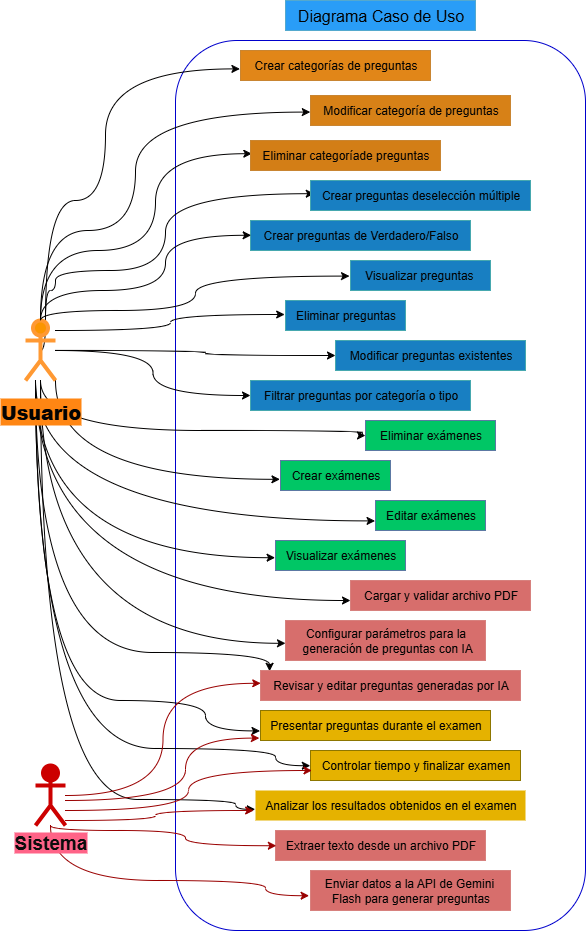
Bellic12/2025-1_IngeSoft1 keeps this draw.io diagram as Documentación/Diagramas/diagrama_casos_de_uso.png. Above is the earlier version. Source tidied: cells renumbered, new cells last; positions are measured from the earlier drawing's top-left corner, leaving out a move shared by most shapes.
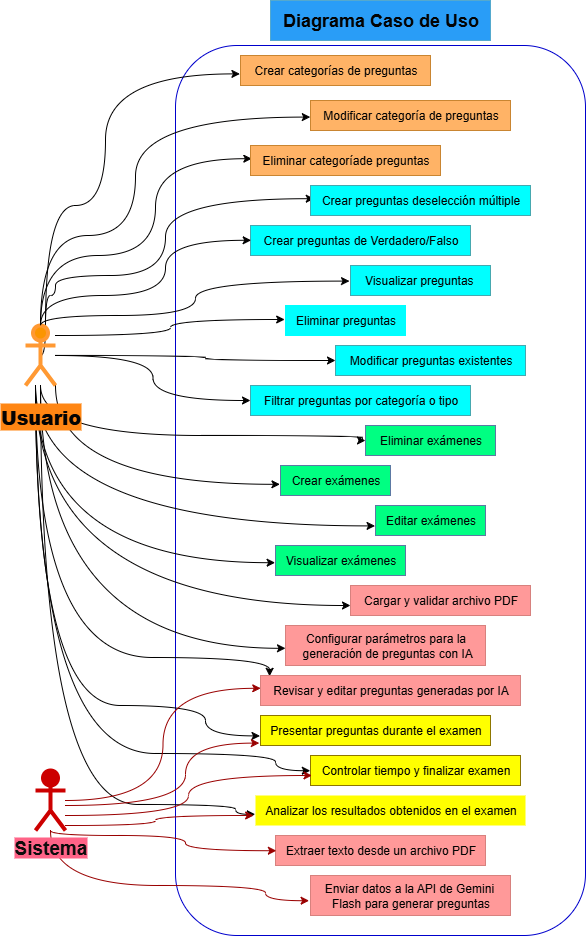
The same file after the commit.

Commit message:
Modificación final Diagrama casos de uso

What changed in the source:
```diff
@@ -147,70 +147,70 @@
     <mxCell id="21" value="&lt;font style=&quot;font-size: 19px; color: light-dark(rgb(0, 0, 0), rgb(13, 12, 12));&quot;&gt;&lt;b style=&quot;background-color: light-dark(rgb(255, 255, 255), rgb(255, 99, 135));&quot;&gt;Sistema&lt;/b&gt;&lt;/font&gt;" style="shape=umlActor;verticalLabelPosition=bottom;verticalAlign=top;html=1;outlineConnect=0;strokeWidth=4;fillColor=light-dark(#CC0000,#CC0000);gradientColor=none;strokeColor=light-dark(#996185,#CC0000);" parent="1" vertex="1">
       <mxGeometry x="10" y="765" width="30" height="60" as="geometry" />
     </mxCell>
-    <mxCell id="22" value="&lt;font style=&quot;font-size: 16px; color: light-dark(rgb(0, 0, 0), rgb(3, 3, 3));&quot;&gt;Diagrama Caso de Uso&lt;/font&gt;" style="text;html=1;align=center;verticalAlign=middle;strokeColor=#10739e;fillColor=light-dark(#B1DDF0,#299DF7);" parent="1" vertex="1">
-      <mxGeometry x="260" width="190" height="30" as="geometry" />
+    <mxCell id="22" value="&lt;font style=&quot;color: light-dark(rgb(0, 0, 0), rgb(3, 3, 3)); font-size: 18px;&quot;&gt;&lt;b style=&quot;&quot;&gt;Diagrama Caso de Uso&lt;/b&gt;&lt;/font&gt;" style="text;html=1;align=center;verticalAlign=middle;strokeColor=#10739e;fillColor=light-dark(#B1DDF0,#299DF7);" parent="1" vertex="1">
+      <mxGeometry x="245" y="-5" width="220" height="40" as="geometry" />
     </mxCell>
-    <mxCell id="23" value="&lt;font style=&quot;color: light-dark(rgb(0, 0, 0), rgb(3, 3, 3));&quot;&gt;Crear categorías&amp;nbsp;&lt;span style=&quot;background-color: transparent;&quot;&gt;de preguntas&lt;/span&gt;&lt;/font&gt;" style="text;html=1;align=center;verticalAlign=middle;points=[];strokeColor=#b46504;fillColor=light-dark(#FAD7AC,#E18618);" parent="1" vertex="1">
+    <mxCell id="23" value="&lt;font style=&quot;color: light-dark(rgb(0, 0, 0), rgb(3, 3, 3));&quot;&gt;Crear categorías&amp;nbsp;&lt;span style=&quot;background-color: transparent;&quot;&gt;de preguntas&lt;/span&gt;&lt;/font&gt;" style="text;html=1;align=center;verticalAlign=middle;points=[];strokeColor=#b46504;fillColor=light-dark(#FAD7AC,#FFB366);" parent="1" vertex="1">
       <mxGeometry x="215" y="50" width="190" height="30" as="geometry" />
     </mxCell>
-    <mxCell id="24" value="&lt;font style=&quot;color: light-dark(rgb(0, 0, 0), rgb(3, 3, 3));&quot;&gt;Modificar categoría&amp;nbsp;&lt;span style=&quot;background-color: transparent;&quot;&gt;de preguntas&lt;/span&gt;&lt;/font&gt;" style="text;html=1;align=center;verticalAlign=middle;points=[];fillColor=light-dark(#FAD7AC,#D78117);strokeColor=#b46504;" parent="1" vertex="1">
+    <mxCell id="24" value="&lt;font style=&quot;color: light-dark(rgb(0, 0, 0), rgb(3, 3, 3));&quot;&gt;Modificar categoría&amp;nbsp;&lt;span style=&quot;background-color: transparent;&quot;&gt;de preguntas&lt;/span&gt;&lt;/font&gt;" style="text;html=1;align=center;verticalAlign=middle;points=[];fillColor=light-dark(#FAD7AC,#FFB366);strokeColor=#b46504;" parent="1" vertex="1">
       <mxGeometry x="285" y="95" width="200" height="30" as="geometry" />
     </mxCell>
-    <mxCell id="25" value="&lt;font style=&quot;color: light-dark(rgb(0, 0, 0), rgb(3, 3, 3));&quot;&gt;Eliminar categoría&lt;span style=&quot;background-color: transparent;&quot;&gt;de preguntas&lt;/span&gt;&lt;/font&gt;" style="text;html=1;align=center;verticalAlign=middle;points=[];strokeColor=#b46504;fillColor=light-dark(#FAD7AC,#D37E16);" parent="1" vertex="1">
+    <mxCell id="25" value="&lt;font style=&quot;color: light-dark(rgb(0, 0, 0), rgb(3, 3, 3));&quot;&gt;Eliminar categoría&lt;span style=&quot;background-color: transparent;&quot;&gt;de preguntas&lt;/span&gt;&lt;/font&gt;" style="text;html=1;align=center;verticalAlign=middle;points=[];strokeColor=#b46504;fillColor=light-dark(#FAD7AC,#FFB366);" parent="1" vertex="1">
       <mxGeometry x="225" y="140" width="190" height="30" as="geometry" />
     </mxCell>
-    <mxCell id="26" value="&lt;font style=&quot;color: light-dark(rgb(0, 0, 0), rgb(3, 3, 3));&quot;&gt;Crear preguntas de&lt;span style=&quot;background-color: transparent;&quot;&gt;selección múltiple&lt;/span&gt;&lt;/font&gt;" style="text;html=1;align=center;verticalAlign=middle;points=[];strokeColor=#0e8088;fillColor=light-dark(#B0E3E6,#187FC2);" parent="1" vertex="1">
+    <mxCell id="26" value="&lt;font style=&quot;color: light-dark(rgb(0, 0, 0), rgb(3, 3, 3));&quot;&gt;Crear preguntas de&lt;span style=&quot;background-color: transparent;&quot;&gt;selección múltiple&lt;/span&gt;&lt;/font&gt;" style="text;html=1;align=center;verticalAlign=middle;points=[];strokeColor=#0e8088;fillColor=light-dark(#B0E3E6,#00FFFF);" parent="1" vertex="1">
       <mxGeometry x="285" y="180" width="220" height="30" as="geometry" />
     </mxCell>
-    <mxCell id="27" value="&lt;font style=&quot;color: light-dark(rgb(0, 0, 0), rgb(3, 3, 3));&quot;&gt;Eliminar &lt;span style=&quot;background-color: transparent;&quot;&gt;preguntas&lt;/span&gt;&lt;/font&gt;" style="text;html=1;align=center;verticalAlign=middle;points=[];strokeColor=#0e8088;fillColor=light-dark(#B0E3E6,#187FC2);" parent="1" vertex="1">
+    <mxCell id="27" value="&lt;font style=&quot;color: light-dark(rgb(0, 0, 0), rgb(3, 3, 3));&quot;&gt;Eliminar &lt;span style=&quot;background-color: transparent;&quot;&gt;preguntas&lt;/span&gt;&lt;/font&gt;" style="text;html=1;align=center;verticalAlign=middle;points=[];strokeColor=light-dark(#0E8088,#00FFFF);fillColor=light-dark(#B0E3E6,#00FFFF);" parent="1" vertex="1">
       <mxGeometry x="260" y="300" width="120" height="30" as="geometry" />
     </mxCell>
-    <mxCell id="28" value="&lt;font style=&quot;color: light-dark(rgb(0, 0, 0), rgb(3, 3, 3));&quot;&gt;Cargar y validar archivo PDF&lt;/font&gt;" style="text;html=1;align=center;verticalAlign=middle;points=[];strokeColor=#b85450;fillColor=light-dark(#F8CECC,#D76E6C);gradientColor=none;" parent="1" vertex="1">
+    <mxCell id="28" value="&lt;font style=&quot;color: light-dark(rgb(0, 0, 0), rgb(3, 3, 3));&quot;&gt;Cargar y validar archivo PDF&lt;/font&gt;" style="text;html=1;align=center;verticalAlign=middle;points=[];strokeColor=#b85450;fillColor=light-dark(#F8CECC,#FF9999);gradientColor=none;" parent="1" vertex="1">
       <mxGeometry x="325" y="580" width="180" height="30" as="geometry" />
     </mxCell>
-    <mxCell id="29" value="&lt;font style=&quot;color: light-dark(rgb(0, 0, 0), rgb(3, 3, 3));&quot;&gt;Editar exámenes&lt;/font&gt;" style="text;html=1;align=center;verticalAlign=middle;points=[];strokeColor=#6c8ebf;fillColor=light-dark(#DAE8FC,#00C665);gradientColor=none;" parent="1" vertex="1">
+    <mxCell id="29" value="&lt;font style=&quot;color: light-dark(rgb(0, 0, 0), rgb(3, 3, 3));&quot;&gt;Editar exámenes&lt;/font&gt;" style="text;html=1;align=center;verticalAlign=middle;points=[];strokeColor=#6c8ebf;fillColor=light-dark(#DAE8FC,#00FF82);gradientColor=none;" parent="1" vertex="1">
       <mxGeometry x="350" y="500" width="110" height="30" as="geometry" />
     </mxCell>
-    <mxCell id="30" value="&lt;font style=&quot;color: light-dark(rgb(0, 0, 0), rgb(3, 3, 3));&quot;&gt;Crear exámenes&lt;/font&gt;" style="text;html=1;align=center;verticalAlign=middle;points=[];strokeColor=#6c8ebf;fillColor=light-dark(#DAE8FC,#00C665);gradientColor=none;" parent="1" vertex="1">
+    <mxCell id="30" value="&lt;font style=&quot;color: light-dark(rgb(0, 0, 0), rgb(3, 3, 3));&quot;&gt;Crear exámenes&lt;/font&gt;" style="text;html=1;align=center;verticalAlign=middle;points=[];strokeColor=#6c8ebf;fillColor=light-dark(#DAE8FC,#00FF82);gradientColor=none;" parent="1" vertex="1">
       <mxGeometry x="255" y="460" width="110" height="30" as="geometry" />
     </mxCell>
-    <mxCell id="31" value="&lt;font style=&quot;color: light-dark(rgb(0, 0, 0), rgb(3, 3, 3));&quot;&gt;Extraer texto desde un archivo PDF&lt;/font&gt;" style="text;html=1;align=center;verticalAlign=middle;points=[];strokeColor=#b85450;fillColor=light-dark(#F8CECC,#D76E6C);gradientColor=none;" parent="1" vertex="1">
+    <mxCell id="31" value="&lt;font style=&quot;color: light-dark(rgb(0, 0, 0), rgb(3, 3, 3));&quot;&gt;Extraer texto desde un archivo PDF&lt;/font&gt;" style="text;html=1;align=center;verticalAlign=middle;points=[];strokeColor=#b85450;fillColor=light-dark(#F8CECC,#FF9999);gradientColor=none;" parent="1" vertex="1">
       <mxGeometry x="250" y="830" width="210" height="30" as="geometry" />
     </mxCell>
-    <mxCell id="32" value="&lt;font style=&quot;color: light-dark(rgb(0, 0, 0), rgb(3, 3, 3));&quot;&gt;Modificar preguntas existentes&lt;/font&gt;" style="text;html=1;align=center;verticalAlign=middle;points=[];strokeColor=#0e8088;fillColor=light-dark(#B0E3E6,#187FC2);" parent="1" vertex="1">
+    <mxCell id="32" value="&lt;font style=&quot;color: light-dark(rgb(0, 0, 0), rgb(3, 3, 3));&quot;&gt;Modificar preguntas existentes&lt;/font&gt;" style="text;html=1;align=center;verticalAlign=middle;points=[];strokeColor=#0e8088;fillColor=light-dark(#B0E3E6,#00FFFF);" parent="1" vertex="1">
       <mxGeometry x="310" y="340" width="190" height="30" as="geometry" />
     </mxCell>
-    <mxCell id="33" value="&lt;font style=&quot;color: light-dark(rgb(0, 0, 0), rgb(3, 3, 3));&quot;&gt;Filtrar preguntas por categoría o tipo&lt;/font&gt;" style="text;html=1;align=center;verticalAlign=middle;points=[];strokeColor=#0e8088;fillColor=light-dark(#B0E3E6,#187FC2);" parent="1" vertex="1">
+    <mxCell id="33" value="&lt;font style=&quot;color: light-dark(rgb(0, 0, 0), rgb(3, 3, 3));&quot;&gt;Filtrar preguntas por categoría o tipo&lt;/font&gt;" style="text;html=1;align=center;verticalAlign=middle;points=[];strokeColor=#0e8088;fillColor=light-dark(#B0E3E6,#00FFFF);" parent="1" vertex="1">
       <mxGeometry x="225" y="380" width="220" height="30" as="geometry" />
     </mxCell>
-    <mxCell id="34" value="&lt;font style=&quot;color: light-dark(rgb(0, 0, 0), rgb(3, 3, 3));&quot;&gt;Configurar parámetros para la&lt;/font&gt;&lt;div&gt;&lt;font style=&quot;color: light-dark(rgb(0, 0, 0), rgb(3, 3, 3));&quot;&gt;&amp;nbsp;generación&amp;nbsp;&lt;span style=&quot;background-color: transparent;&quot;&gt;de preguntas con IA&lt;/span&gt;&lt;/font&gt;&lt;/div&gt;" style="text;html=1;align=center;verticalAlign=middle;points=[];strokeColor=#b85450;fillColor=light-dark(#F8CECC,#D76E6C);gradientColor=none;" parent="1" vertex="1">
+    <mxCell id="34" value="&lt;font style=&quot;color: light-dark(rgb(0, 0, 0), rgb(3, 3, 3));&quot;&gt;Configurar parámetros para la&lt;/font&gt;&lt;div&gt;&lt;font style=&quot;color: light-dark(rgb(0, 0, 0), rgb(3, 3, 3));&quot;&gt;&amp;nbsp;generación&amp;nbsp;&lt;span style=&quot;background-color: transparent;&quot;&gt;de preguntas con IA&lt;/span&gt;&lt;/font&gt;&lt;/div&gt;" style="text;html=1;align=center;verticalAlign=middle;points=[];strokeColor=#b85450;fillColor=light-dark(#F8CECC,#FF9999);gradientColor=none;" parent="1" vertex="1">
       <mxGeometry x="260" y="620" width="200" height="40" as="geometry" />
     </mxCell>
-    <mxCell id="35" value="&lt;font style=&quot;color: light-dark(rgb(0, 0, 0), rgb(3, 3, 3));&quot;&gt;Revisar y editar preguntas&amp;nbsp;&lt;span style=&quot;background-color: transparent;&quot;&gt;generadas por IA&lt;/span&gt;&lt;/font&gt;" style="text;html=1;align=center;verticalAlign=middle;points=[];strokeColor=#b85450;fillColor=light-dark(#F8CECC,#D76E6C);gradientColor=none;" parent="1" vertex="1">
+    <mxCell id="35" value="&lt;font style=&quot;color: light-dark(rgb(0, 0, 0), rgb(3, 3, 3));&quot;&gt;Revisar y editar preguntas&amp;nbsp;&lt;span style=&quot;background-color: transparent;&quot;&gt;generadas por IA&lt;/span&gt;&lt;/font&gt;" style="text;html=1;align=center;verticalAlign=middle;points=[];strokeColor=#b85450;fillColor=light-dark(#F8CECC,#FF9999);gradientColor=none;" parent="1" vertex="1">
       <mxGeometry x="235" y="670" width="260" height="30" as="geometry" />
     </mxCell>
-    <mxCell id="36" value="&lt;font style=&quot;color: light-dark(rgb(0, 0, 0), rgb(3, 3, 3));&quot;&gt;Enviar datos a la API de Gemini&amp;nbsp;&lt;/font&gt;&lt;div&gt;&lt;font style=&quot;color: light-dark(rgb(0, 0, 0), rgb(3, 3, 3));&quot;&gt;Flash para generar preguntas&lt;/font&gt;&lt;/div&gt;" style="text;html=1;align=center;verticalAlign=middle;points=[];strokeColor=#b85450;fillColor=light-dark(#F8CECC,#D76E6C);gradientColor=none;" parent="1" vertex="1">
+    <mxCell id="36" value="&lt;font style=&quot;color: light-dark(rgb(0, 0, 0), rgb(3, 3, 3));&quot;&gt;Enviar datos a la API de Gemini&amp;nbsp;&lt;/font&gt;&lt;div&gt;&lt;font style=&quot;color: light-dark(rgb(0, 0, 0), rgb(3, 3, 3));&quot;&gt;Flash para generar preguntas&lt;/font&gt;&lt;/div&gt;" style="text;html=1;align=center;verticalAlign=middle;points=[];strokeColor=#b85450;fillColor=light-dark(#F8CECC,#FF9999);gradientColor=none;" parent="1" vertex="1">
       <mxGeometry x="285" y="870" width="200" height="40" as="geometry" />
     </mxCell>
-    <mxCell id="37" value="&lt;font style=&quot;color: light-dark(rgb(0, 0, 0), rgb(3, 3, 3));&quot;&gt;Crear preguntas de&amp;nbsp;&lt;span style=&quot;background-color: transparent;&quot;&gt;Verdadero/Falso&lt;/span&gt;&lt;/font&gt;" style="text;html=1;align=center;verticalAlign=middle;points=[];strokeColor=#0e8088;fillColor=light-dark(#B0E3E6,#187FC2);" parent="1" vertex="1">
+    <mxCell id="37" value="&lt;font style=&quot;color: light-dark(rgb(0, 0, 0), rgb(3, 3, 3));&quot;&gt;Crear preguntas de&amp;nbsp;&lt;span style=&quot;background-color: transparent;&quot;&gt;Verdadero/Falso&lt;/span&gt;&lt;/font&gt;" style="text;html=1;align=center;verticalAlign=middle;points=[];strokeColor=#0e8088;fillColor=light-dark(#B0E3E6,#00FFFF);" parent="1" vertex="1">
       <mxGeometry x="225" y="220" width="220" height="30" as="geometry" />
     </mxCell>
-    <mxCell id="38" value="&lt;font style=&quot;color: light-dark(rgb(0, 0, 0), rgb(3, 3, 3));&quot;&gt;Eliminar exámenes&lt;/font&gt;" style="text;html=1;align=center;verticalAlign=middle;points=[];strokeColor=#6c8ebf;fillColor=light-dark(#DAE8FC,#00C665);gradientColor=none;" parent="1" vertex="1">
+    <mxCell id="38" value="&lt;font style=&quot;color: light-dark(rgb(0, 0, 0), rgb(3, 3, 3));&quot;&gt;Eliminar exámenes&lt;/font&gt;" style="text;html=1;align=center;verticalAlign=middle;points=[];strokeColor=#6c8ebf;fillColor=light-dark(#DAE8FC,#00FF82);gradientColor=none;" parent="1" vertex="1">
       <mxGeometry x="340" y="420" width="130" height="30" as="geometry" />
     </mxCell>
-    <mxCell id="39" value="&lt;font style=&quot;color: light-dark(rgb(0, 0, 0), rgb(3, 3, 3));&quot;&gt;Presentar preguntas durante el examen&lt;/font&gt;" style="text;html=1;align=center;verticalAlign=middle;points=[];strokeColor=#B09500;fillColor=light-dark(#E3C800,#E5B200);fontColor=#000000;" parent="1" vertex="1">
+    <mxCell id="39" value="&lt;font style=&quot;color: light-dark(rgb(0, 0, 0), rgb(3, 3, 3));&quot;&gt;Presentar preguntas durante el examen&lt;/font&gt;" style="text;html=1;align=center;verticalAlign=middle;points=[];strokeColor=#B09500;fillColor=light-dark(#E3C800,#FFFF00);fontColor=#000000;" parent="1" vertex="1">
       <mxGeometry x="235" y="710" width="230" height="30" as="geometry" />
     </mxCell>
-    <mxCell id="40" value="&lt;font style=&quot;color: light-dark(rgb(0, 0, 0), rgb(3, 3, 3));&quot;&gt;Controlar tiempo y finalizar examen&lt;/font&gt;" style="text;html=1;align=center;verticalAlign=middle;points=[];strokeColor=#B09500;fillColor=light-dark(#E3C800,#E5B200);fontColor=#000000;" parent="1" vertex="1">
+    <mxCell id="40" value="&lt;font style=&quot;color: light-dark(rgb(0, 0, 0), rgb(3, 3, 3));&quot;&gt;Controlar tiempo y finalizar examen&lt;/font&gt;" style="text;html=1;align=center;verticalAlign=middle;points=[];strokeColor=#B09500;fillColor=light-dark(#E3C800,#FFFF00);fontColor=#000000;" parent="1" vertex="1">
       <mxGeometry x="285" y="750" width="210" height="30" as="geometry" />
     </mxCell>
-    <mxCell id="41" value="&lt;font style=&quot;color: light-dark(rgb(0, 0, 0), rgb(3, 3, 3));&quot;&gt;Analizar los resultados obtenidos en el examen&lt;/font&gt;" style="text;html=1;align=center;verticalAlign=middle;points=[];strokeColor=none;fillColor=light-dark(#E3C800,#E5B200);fontColor=#000000;" parent="1" vertex="1">
+    <mxCell id="41" value="&lt;font style=&quot;color: light-dark(rgb(0, 0, 0), rgb(3, 3, 3));&quot;&gt;Analizar los resultados obtenidos en el examen&lt;/font&gt;" style="text;html=1;align=center;verticalAlign=middle;points=[];strokeColor=none;fillColor=light-dark(#E3C800,#FFFF00);fontColor=#000000;" parent="1" vertex="1">
       <mxGeometry x="230" y="790" width="270" height="30" as="geometry" />
     </mxCell>
-    <mxCell id="42" value="&lt;font style=&quot;color: light-dark(rgb(0, 0, 0), rgb(3, 3, 3));&quot;&gt;Visualizar preguntas&amp;nbsp;&lt;/font&gt;" style="text;html=1;align=center;verticalAlign=middle;points=[];strokeColor=#0e8088;fillColor=light-dark(#B0E3E6,#187FC2);" parent="1" vertex="1">
+    <mxCell id="42" value="&lt;font style=&quot;color: light-dark(rgb(0, 0, 0), rgb(3, 3, 3));&quot;&gt;Visualizar preguntas&amp;nbsp;&lt;/font&gt;" style="text;html=1;align=center;verticalAlign=middle;points=[];strokeColor=#0e8088;fillColor=light-dark(#B0E3E6,#00FFFF);" parent="1" vertex="1">
       <mxGeometry x="325" y="260" width="140" height="30" as="geometry" />
     </mxCell>
-    <mxCell id="43" value="&lt;font style=&quot;color: light-dark(rgb(0, 0, 0), rgb(3, 3, 3));&quot;&gt;Visualizar exámenes&lt;/font&gt;" style="text;html=1;align=center;verticalAlign=middle;points=[];strokeColor=#6c8ebf;fillColor=light-dark(#DAE8FC,#00C665);gradientColor=none;" parent="1" vertex="1">
+    <mxCell id="43" value="&lt;font style=&quot;color: light-dark(rgb(0, 0, 0), rgb(3, 3, 3));&quot;&gt;Visualizar exámenes&lt;/font&gt;" style="text;html=1;align=center;verticalAlign=middle;points=[];strokeColor=#6c8ebf;fillColor=light-dark(#DAE8FC,#00FF82);gradientColor=none;" parent="1" vertex="1">
       <mxGeometry x="250" y="540" width="130" height="30" as="geometry" />
     </mxCell>
     <mxCell id="44" style="edgeStyle=orthogonalEdgeStyle;curved=1;rounded=0;jettySize=auto;html=1;entryX=0.003;entryY=0.493;entryDx=0;entryDy=0;entryPerimeter=0;strokeColor=light-dark(#000000,#010000);" parent="1" edge="1" source="20" target="37">
```
